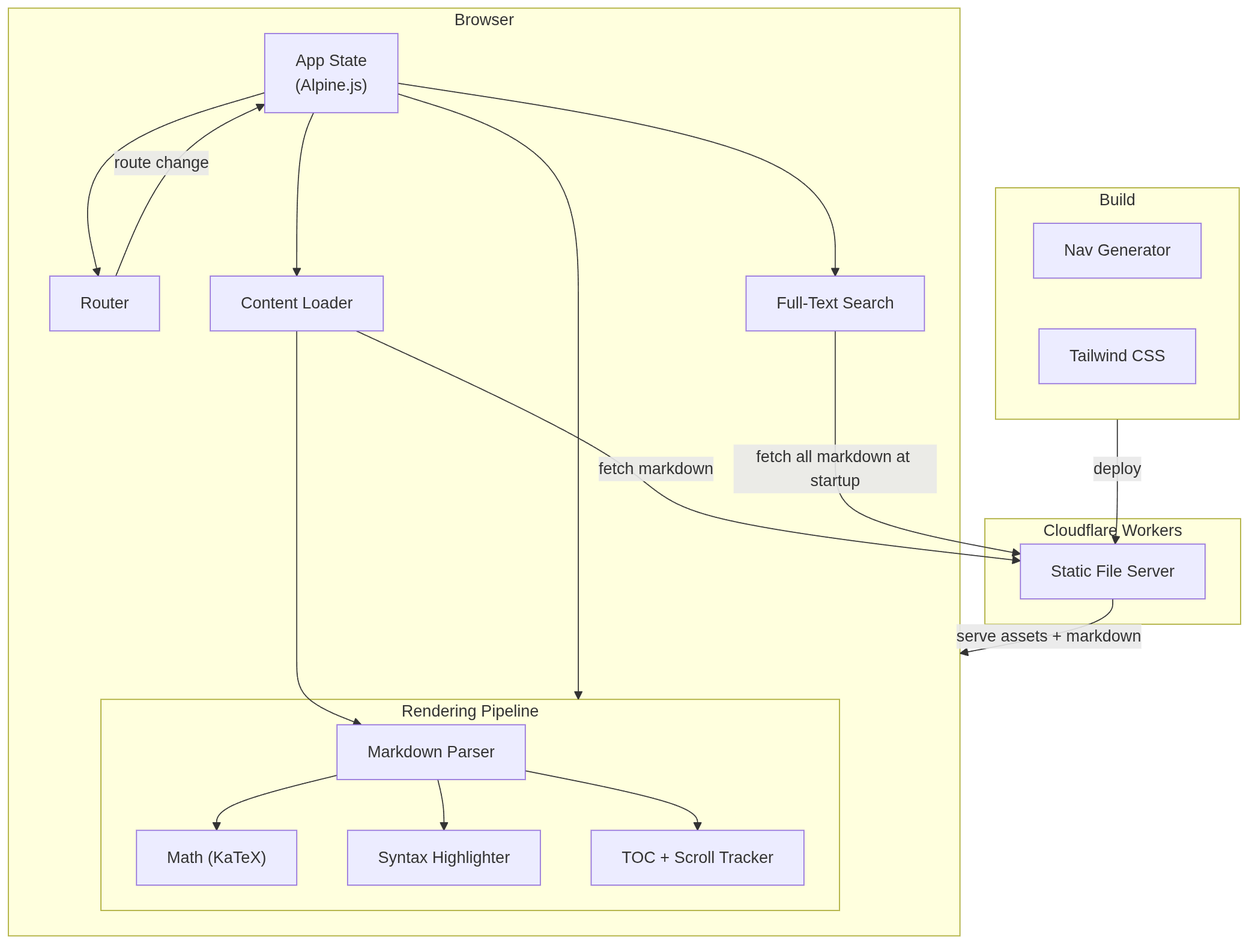
Chandra179/gitbook keeps this Mermaid diagram as .gitbook/assets/blog-architecture.png. Above is the earlier version. Its source is kept beside it as diagrams/blog-architecture.mmd.
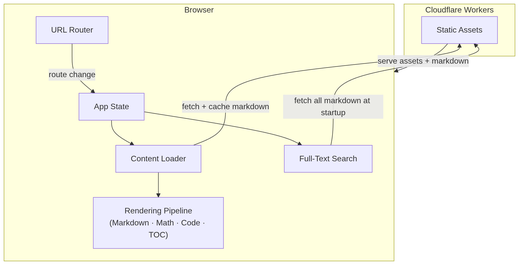
Later version of the same file.

The edit, as a diff of the source:
```diff
@@ -1,39 +1,21 @@
 graph TD
-    subgraph Build["Build"]
-        NavGen["Nav Generator"]
-        CSS["Tailwind CSS"]
-    end
-
     subgraph Edge["Cloudflare Workers"]
-        Static["Static File Server"]
+        Static["Static Assets"]
     end
 
     subgraph Browser["Browser"]
-        App["App State\n(Alpine.js)"]
-        Router["Router"]
+        App["App State"]
+        Router["URL Router"]
         ContentLoader["Content Loader"]
-        FullTextSearch["Full-Text Search"]
-
-        subgraph Rendering["Rendering Pipeline"]
-            Markdown["Markdown Parser"]
-            Math["Math (KaTeX)"]
-            Code["Syntax Highlighter"]
-            TOC["TOC + Scroll Tracker"]
-        end
+        Search["Full-Text Search"]
+        Rendering["Rendering Pipeline\n(Markdown · Math · Code · TOC)"]
     end
 
-    Build -->|"deploy"| Static
     Static -->|"serve assets + markdown"| Browser
 
-    App --> Router
+    Router -->|"route change"| App
     App --> ContentLoader
-    App --> FullTextSearch
-    App --> Rendering
-
-    Router -->|"route change"| App
-    ContentLoader -->|"fetch markdown"| Static
-    ContentLoader --> Markdown
-    Markdown --> Math
-    Markdown --> Code
-    Markdown --> TOC
-    FullTextSearch -->|"fetch all markdown at startup"| Static
+    App --> Search
+    ContentLoader -->|"fetch + cache markdown"| Static
+    ContentLoader --> Rendering
+    Search -->|"fetch all markdown at startup"| Static
```
